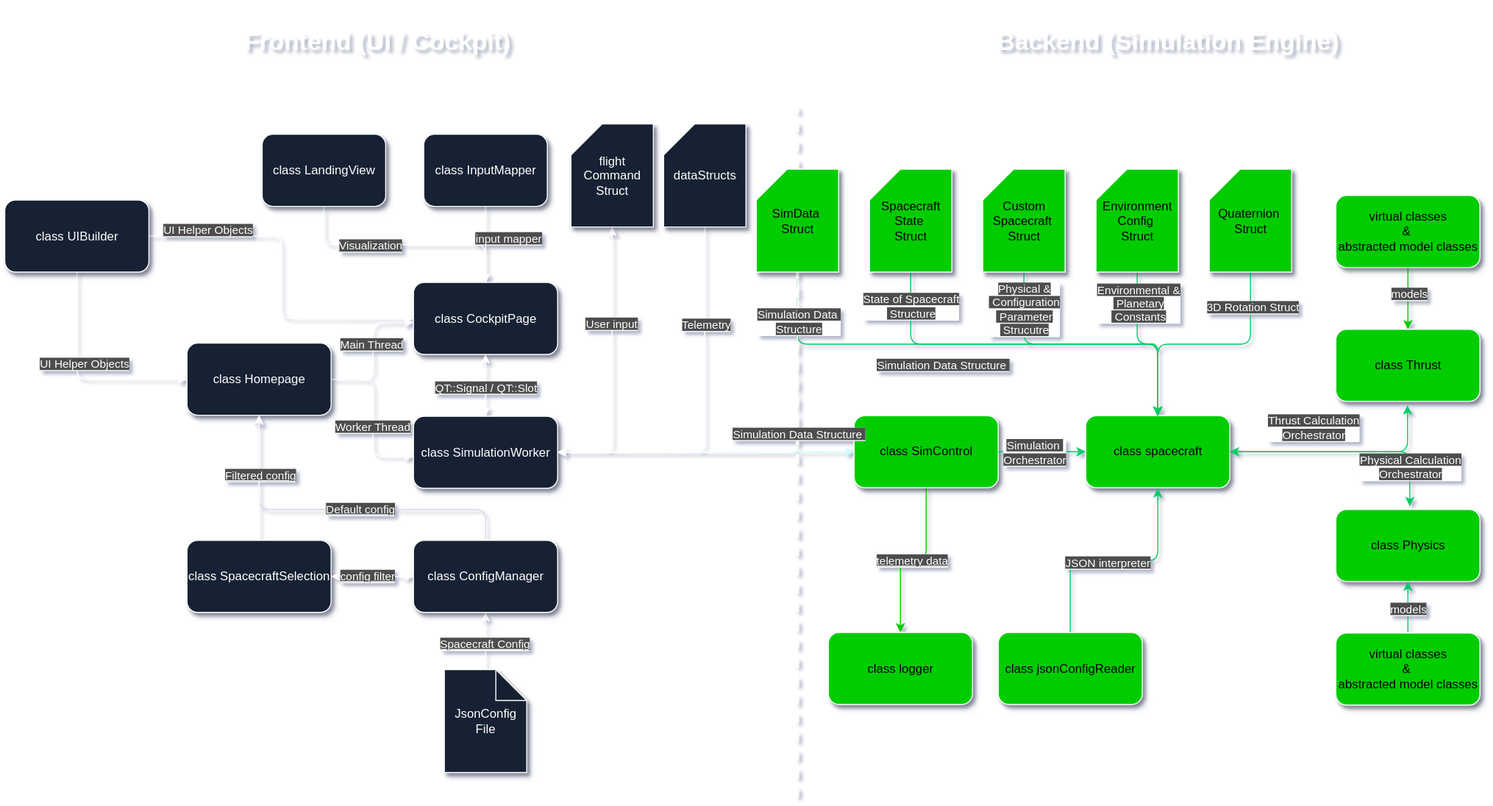
Before: img/architecture/architecture.drawio.svg, a diagram exported from draw.io (gerd-lrt-dev/aerospace-simulation). Source tidied: cells renumbered, new cells last; positions are measured from the earlier drawing's top-left corner, leaving out a move shared by most shapes.
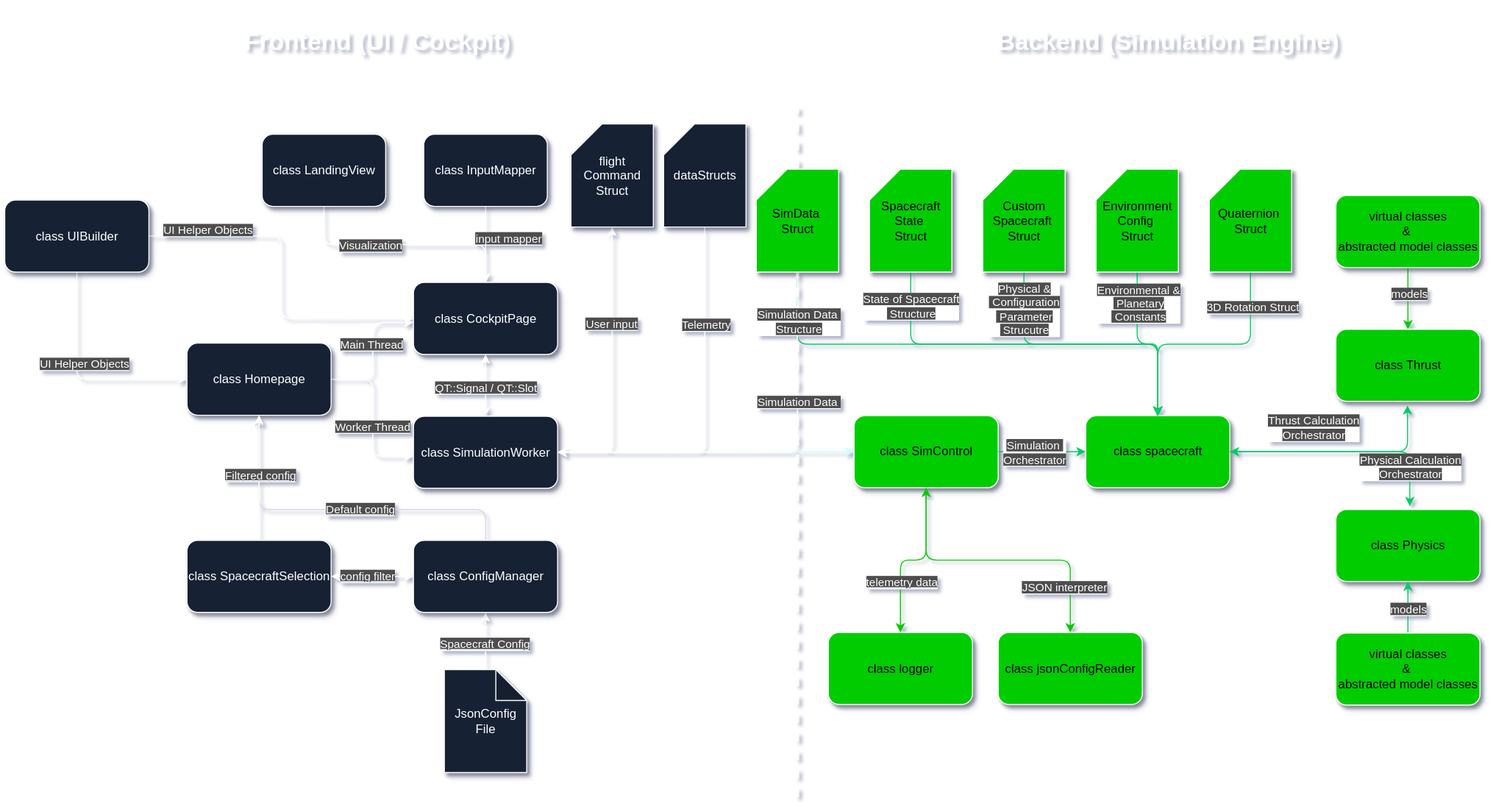
The same file after the commit.

Diff of the diagram source:
```diff
@@ -156,8 +156,10 @@
     <mxCell id="47" style="edgeStyle=orthogonalEdgeStyle;jettySize=auto;html=1;exitX=0.5;exitY=1;exitDx=0;exitDy=0;exitPerimeter=0;entryX=1;entryY=0.5;entryDx=0;entryDy=0;strokeColor=#FFFFFF;fillColor=#6a00ff;" parent="1" edge="1" source="50" target="2">
       <mxGeometry relative="1" as="geometry" />
     </mxCell>
-    <mxCell id="48" value="&lt;font style=&quot;color: rgb(255, 255, 255); background-color: rgb(77, 77, 77);&quot;&gt;Simulation Data Structure&amp;nbsp;&lt;/font&gt;" style="edgeLabel;html=1;align=center;verticalAlign=middle;strokeColor=#FFFFFF;fontColor=#CC0066;fillColor=#182E3E;" parent="47" vertex="1">
-      <mxGeometry x="-0.23" relative="1" as="geometry" />
+    <mxCell id="48" value="&lt;font style=&quot;color: rgb(255, 255, 255); background-color: rgb(77, 77, 77);&quot;&gt;Simulation Data&amp;nbsp;&lt;/font&gt;" style="edgeLabel;html=1;align=center;verticalAlign=middle;strokeColor=#FFFFFF;fontColor=#CC0066;fillColor=#182E3E;" parent="47" vertex="1">
+      <mxGeometry x="-0.23" relative="1" as="geometry">
+        <mxPoint y="-31" as="offset" />
+      </mxGeometry>
     </mxCell>
     <mxCell id="49" value="&lt;font style=&quot;color: rgb(255, 255, 255); background-color: rgb(77, 77, 77);&quot;&gt;Simulation Data&amp;nbsp;&lt;/font&gt;&lt;div&gt;&lt;font style=&quot;color: rgb(255, 255, 255); background-color: rgb(77, 77, 77);&quot;&gt;Structure&lt;/font&gt;&lt;/div&gt;" style="edgeLabel;html=1;align=center;verticalAlign=middle;strokeColor=#FFFFFF;fontColor=#CC0066;fillColor=#182E3E;fontFamily=Helvetica;fontSize=11;labelBackgroundColor=default;gradientColor=none;" parent="47" vertex="1">
       <mxGeometry x="-0.77" relative="1" as="geometry" />
@@ -200,20 +202,12 @@
     <mxCell id="59" value="Quaternion&amp;nbsp;&lt;div&gt;Struct&lt;/div&gt;" style="shape=card;whiteSpace=wrap;html=1;strokeColor=#FFFFFF;fillColor=#00CC00;shadow=1;" parent="1" vertex="1">
       <mxGeometry x="1170" y="163.9" width="80" height="100" as="geometry" />
     </mxCell>
-    <mxCell id="60" style="edgeStyle=orthogonalEdgeStyle;jettySize=auto;html=1;exitX=0.5;exitY=0;exitDx=0;exitDy=0;strokeColor=#00CC66;fillColor=#e51400;" parent="1" edge="1" source="62">
-      <mxGeometry relative="1" as="geometry">
-        <mxPoint x="1120" y="473.9" as="targetPoint" />
-      </mxGeometry>
-    </mxCell>
-    <mxCell id="61" value="&lt;font style=&quot;color: rgb(255, 255, 255); background-color: rgb(77, 77, 77);&quot;&gt;JSON interpreter&lt;/font&gt;" style="edgeLabel;html=1;align=center;verticalAlign=middle;strokeColor=#FFFFFF;fontColor=#FFFFFF;fillColor=#182E3E;" parent="60" vertex="1">
-      <mxGeometry x="-0.07" y="-1" relative="1" as="geometry" />
-    </mxCell>
+    <mxCell id="88" style="edgeStyle=orthogonalEdgeStyle;rounded=1;jettySize=auto;html=1;exitX=0.5;exitY=0;exitDx=0;exitDy=0;entryX=0.5;entryY=1;entryDx=0;entryDy=0;curved=0;startArrow=classic;startFill=1;strokeColor=#00CC00;" parent="1" edge="1" source="62" target="13">
+      <mxGeometry relative="1" as="geometry" />
+    </mxCell>
     <mxCell id="62" value="class jsonConfigReader" style="rounded=1;whiteSpace=wrap;html=1;strokeColor=#FFFFFF;fillColor=#00CC00;shadow=1;" parent="1" vertex="1">
       <mxGeometry x="965" y="613.9" width="140" height="70" as="geometry" />
     </mxCell>
-    <mxCell id="63" value="&lt;font style=&quot;color: rgb(255, 255, 255); background-color: rgb(77, 77, 77);&quot;&gt;Simulation Data Structure&amp;nbsp;&lt;/font&gt;" style="edgeLabel;html=1;align=center;verticalAlign=middle;strokeColor=#FFFFFF;fontColor=#CC0066;fillColor=#182E3E;" parent="1" vertex="1">
-      <mxGeometry x="910" y="353.9" as="geometry" />
-    </mxCell>
     <mxCell id="64" value="&lt;font style=&quot;color: rgb(255, 255, 255);&quot;&gt;class SpacecraftSelection&lt;/font&gt;" style="rounded=1;whiteSpace=wrap;html=1;strokeColor=#FFFFFF;fillColor=#162133;shadow=1;" parent="1" vertex="1">
       <mxGeometry x="177" y="524.4" width="140" height="70" as="geometry" />
     </mxCell>
@@ -248,7 +242,7 @@
       <mxGeometry x="800" y="613.9" width="140" height="70" as="geometry" />
     </mxCell>
     <mxCell id="73" value="&lt;font style=&quot;color: rgb(255, 255, 255); background-color: rgb(77, 77, 77);&quot;&gt;&lt;u&gt;telemetry data&lt;/u&gt;&lt;/font&gt;" style="edgeLabel;html=1;align=center;verticalAlign=middle;" parent="1" vertex="1">
-      <mxGeometry x="880" y="543.9" as="geometry" />
+      <mxGeometry x="870" y="564.4" as="geometry" />
     </mxCell>
     <mxCell id="74" value="&lt;font style=&quot;color: rgb(255, 255, 255); background-color: rgb(77, 77, 77);&quot;&gt;Thrust Calculation&lt;/font&gt;&lt;div&gt;&lt;font style=&quot;color: rgb(255, 255, 255); background-color: rgb(77, 77, 77);&quot;&gt;Orchestrator&lt;/font&gt;&lt;/div&gt;" style="edgeLabel;html=1;align=center;verticalAlign=middle;" parent="1" vertex="1">
       <mxGeometry x="1270" y="414.4" as="geometry" />
@@ -300,5 +294,10 @@
     <mxCell id="87" value="&lt;font color=&quot;#ffffff&quot;&gt;dataStructs&lt;/font&gt;" style="shape=card;whiteSpace=wrap;html=1;strokeColor=#FFFFFF;fillColor=#162133;shadow=1;rounded=0;align=center;verticalAlign=middle;fontFamily=Helvetica;fontSize=12;fontColor=default;" parent="1" vertex="1">
       <mxGeometry x="640" y="120" width="80" height="100" as="geometry" />
     </mxCell>
+    <mxCell id="61" value="&lt;font style=&quot;color: rgb(255, 255, 255); background-color: rgb(77, 77, 77);&quot;&gt;JSON interpreter&lt;/font&gt;" style="edgeLabel;html=1;align=center;verticalAlign=middle;strokeColor=#FFFFFF;fontColor=#FFFFFF;fillColor=#182E3E;" parent="1" vertex="1">
+      <mxGeometry x="1130" y="564.4" as="geometry">
+        <mxPoint x="-102" y="5" as="offset" />
+      </mxGeometry>
+    </mxCell>
   </root>
 </mxGraphModel>
```
